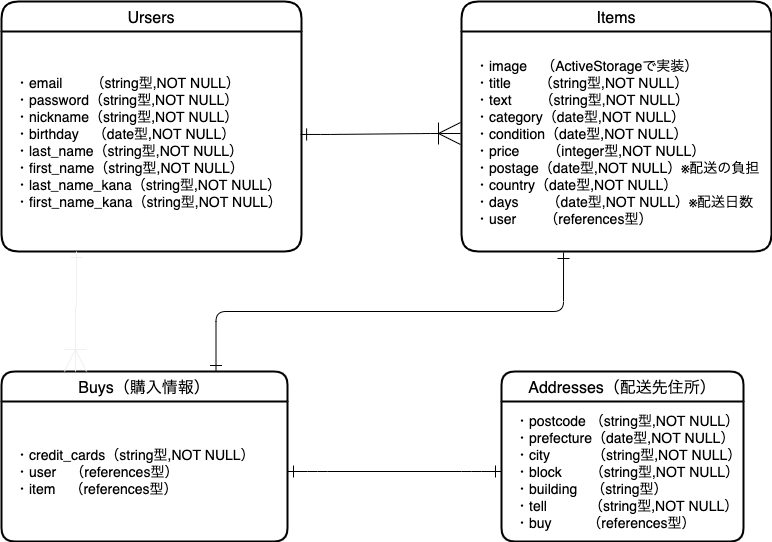
misato-yabe/furima-32068 keeps this draw.io diagram as furima.drawio.png. Above is the earlier version. Source tidied: cells renumbered, new cells last; positions are measured from the earlier drawing's top-left corner, leaving out a move shared by most shapes.
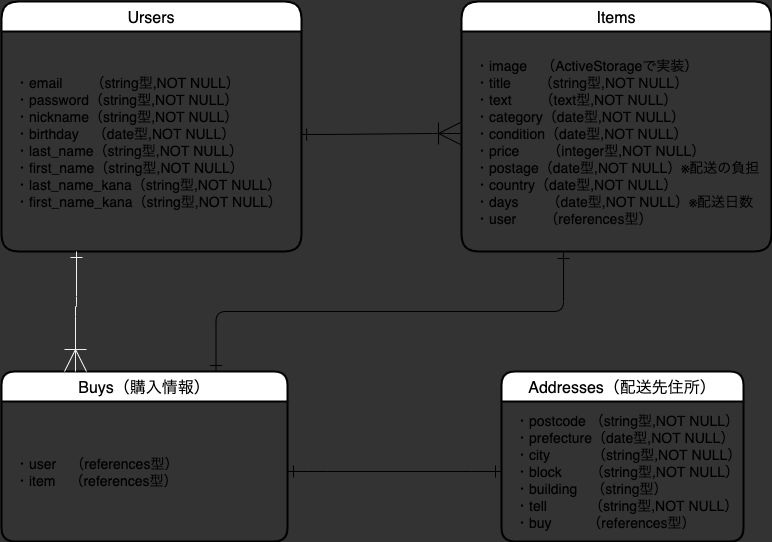
Above is the later version.

Commit message:
DB設計の修正

Diff of the diagram source:
```diff
@@ -1,4 +1,4 @@
-<mxGraphModel>
+<mxGraphModel background="#333333">
   <root>
     <mxCell id="0" />
     <mxCell id="1" parent="0" />
@@ -28,13 +28,13 @@
     <mxCell id="7" value="Items" style="swimlane;horizontal=1;startSize=30;rounded=1;fontSize=16;fontStyle=0;strokeWidth=2;shadow=0;dashed=0;align=center;glass=0;sketch=0;swimlaneLine=1;arcSize=19;" parent="1" vertex="1">
       <mxGeometry x="460" width="310" height="250" as="geometry" />
     </mxCell>
-    <mxCell id="8" value="・image　（ActiveStorageで実装）&#10;・title　　（string型,NOT NULL）&#10;・text　　（string型,NOT NULL）&#10;・category（date型,NOT NULL）&#10;・condition（date型,NOT NULL）&#10;・price　　（integer型,NOT NULL）&#10;・postage（date型,NOT NULL）※配送の負担&#10;・country（date型,NOT NULL）&#10;・days　　（date型,NOT NULL）※配送日数&#10;・user　　（references型）" style="align=left;strokeColor=none;fillColor=none;spacingLeft=4;fontSize=14;verticalAlign=middle;spacing=10;" parent="7" vertex="1">
+    <mxCell id="8" value="・image　（ActiveStorageで実装）&#10;・title　　（string型,NOT NULL）&#10;・text　　（text型,NOT NULL）&#10;・category（date型,NOT NULL）&#10;・condition（date型,NOT NULL）&#10;・price　　（integer型,NOT NULL）&#10;・postage（date型,NOT NULL）※配送の負担&#10;・country（date型,NOT NULL）&#10;・days　　（date型,NOT NULL）※配送日数&#10;・user　　（references型）" style="align=left;strokeColor=none;fillColor=none;spacingLeft=4;fontSize=14;verticalAlign=middle;spacing=10;" parent="7" vertex="1">
       <mxGeometry y="30" width="310" height="220" as="geometry" />
     </mxCell>
     <mxCell id="9" value="Buys（購入情報）" style="swimlane;horizontal=1;startSize=30;rounded=1;fontSize=16;fontStyle=0;strokeWidth=2;shadow=0;dashed=0;align=center;" parent="1" vertex="1">
       <mxGeometry y="370" width="286" height="170" as="geometry" />
     </mxCell>
-    <mxCell id="10" value="・credit_cards（string型,NOT NULL）&#10;・user　（references型）&#10;・item　（references型）" style="align=left;strokeColor=none;fillColor=none;spacingLeft=4;fontSize=14;verticalAlign=middle;labelBackgroundColor=none;labelBorderColor=none;spacing=10;" parent="9" vertex="1">
+    <mxCell id="10" value="・user　（references型）&#10;・item　（references型）" style="align=left;strokeColor=none;fillColor=none;spacingLeft=4;fontSize=14;verticalAlign=middle;labelBackgroundColor=none;labelBorderColor=none;spacing=10;" parent="9" vertex="1">
       <mxGeometry y="30" width="286" height="140" as="geometry" />
     </mxCell>
     <mxCell id="11" value="Addresses（配送先住所）" style="swimlane;horizontal=1;startSize=30;rounded=1;fontSize=16;fontStyle=0;strokeWidth=2;shadow=0;dashed=0;align=center;" parent="1" vertex="1">
```
